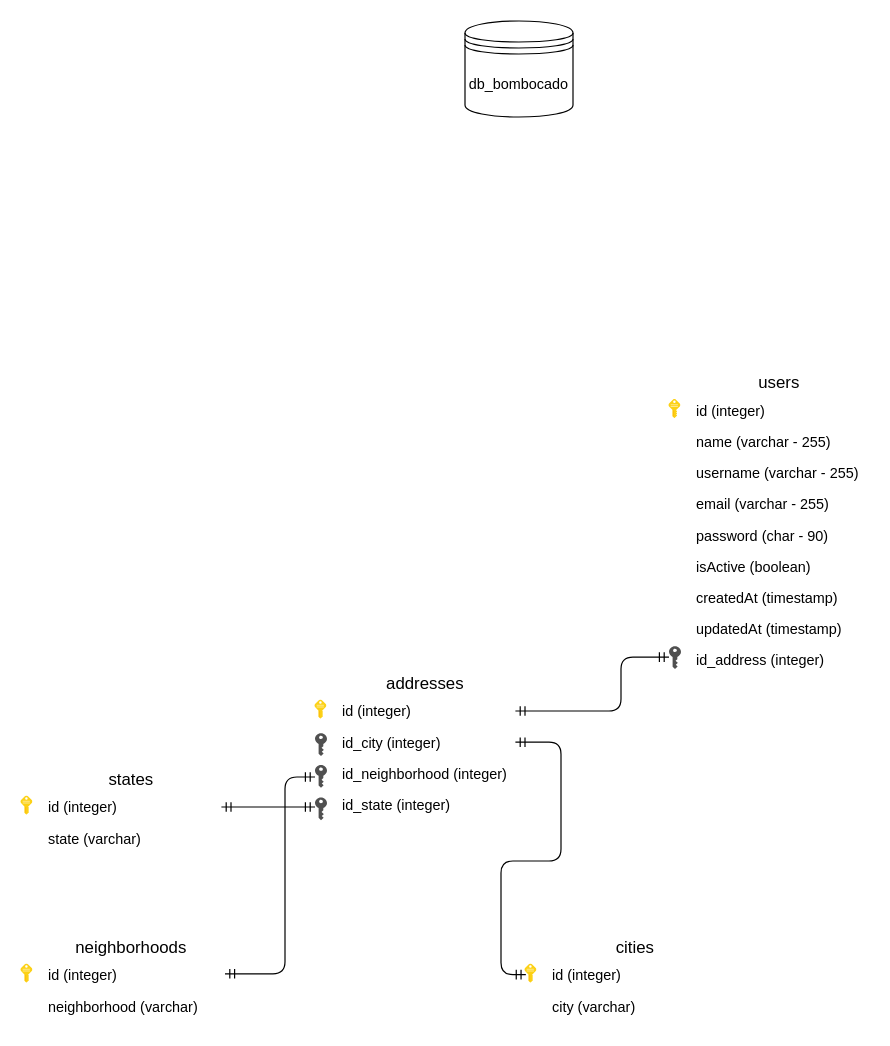
Above: docs/Untitled Diagram.drawio in caioliveira277/backendApi (draw.io), before the change. Source tidied: cells renumbered, new cells numbered last; positions are measured from the earlier drawing's top-left corner, leaving out a move shared by most shapes. Both pictures are drawn from the tidied source at 120%, with x=0, y=0 at pixel (20, 20).
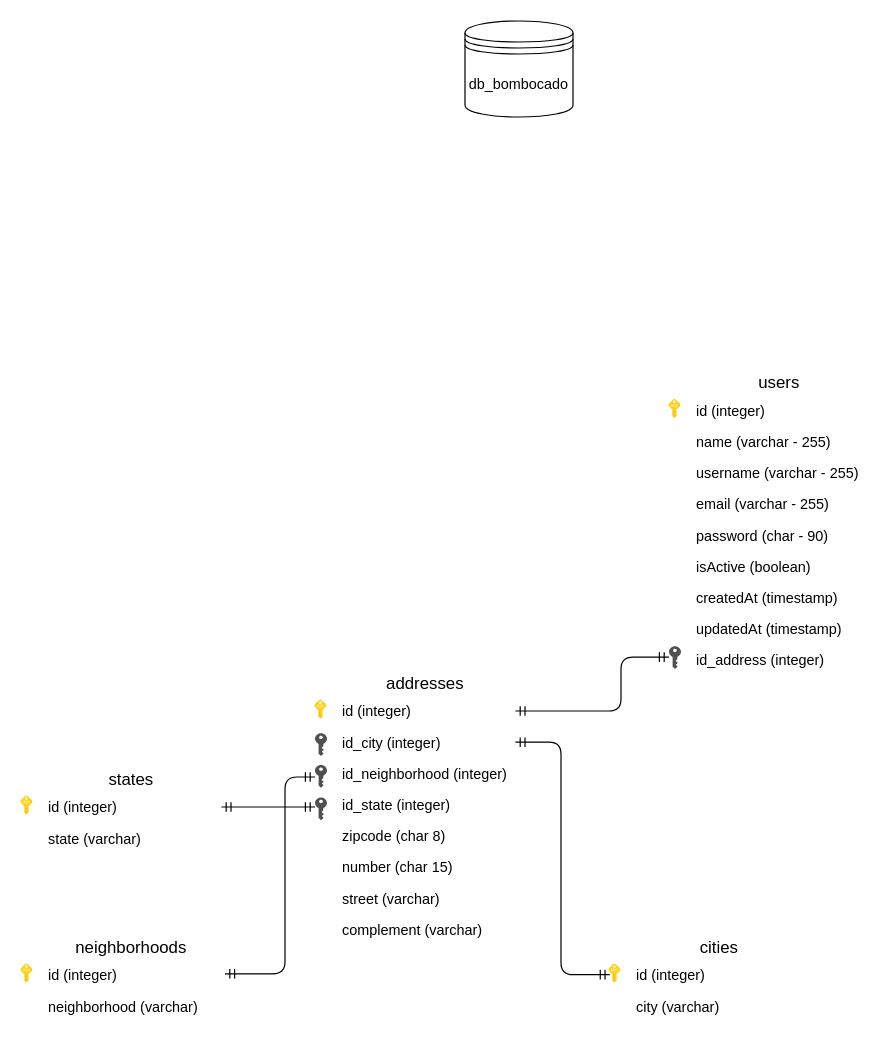
The same page after the edit.

The change refers to these unchanged cells:
```xml
<mxCell id="28" value="id_city (integer)&#10;" style="text;spacingLeft=4;spacingRight=4;overflow=hidden;points=[[0,0.5],[1,0.5]];portConstraint=eastwest;fontSize=12;rounded=1;glass=0;shadow=0;comic=0;strokeColor=#FFFFFF;" parent="26" vertex="1">
  <mxGeometry y="48" width="150" height="26" as="geometry" />
</mxCell>
```

What changed in the source:
```diff
@@
     <mxCell id="14" value="cities" style="swimlane;fontStyle=0;horizontal=1;startSize=22;swimlaneFillColor=none;align=center;fontSize=14;rounded=0;shadow=0;glass=0;comic=0;labelBackgroundColor=none;strokeColor=#FFFFFF;" parent="1" vertex="1">
-      <mxGeometry x="437" y="760" width="150" height="74" as="geometry" />
+      <mxGeometry x="507" y="760" width="150" height="74" as="geometry" />
     </mxCell>
@@
     <mxCell id="17" style="html=1;points=[];align=center;image;fontSize=12;image=img/lib/mscae/Key.svg;rounded=0;shadow=0;glass=0;comic=0;labelBackgroundColor=none;strokeColor=#FFFFFF;fillColor=none;gradientColor=none;" parent="1" vertex="1">
-      <mxGeometry x="420" y="786" width="10" height="16" as="geometry" />
+      <mxGeometry x="490" y="786" width="10" height="16" as="geometry" />
     </mxCell>
@@
     <mxCell id="26" value="addresses" style="swimlane;fontStyle=0;horizontal=1;startSize=22;swimlaneFillColor=none;align=center;fontSize=14;rounded=0;shadow=0;glass=0;comic=0;labelBackgroundColor=none;strokeColor=#FFFFFF;" parent="1" vertex="1">
-      <mxGeometry x="262" y="540" width="150" height="126" as="geometry" />
+      <mxGeometry x="262" y="540" width="150" height="230" as="geometry" />
     </mxCell>
@@
+    <mxCell id="40" value="zipcode (char 8)" style="text;spacingLeft=4;spacingRight=4;overflow=hidden;fontSize=12;rounded=1;glass=0;shadow=0;comic=0;strokeColor=#FFFFFF;" parent="26" vertex="1">
+      <mxGeometry y="126" width="150" height="26" as="geometry" />
+    </mxCell>
+    <mxCell id="41" value="number (char 15)" style="text;spacingLeft=4;spacingRight=4;overflow=hidden;fontSize=12;rounded=1;glass=0;shadow=0;comic=0;strokeColor=#FFFFFF;" parent="26" vertex="1">
+      <mxGeometry y="152" width="150" height="26" as="geometry" />
+    </mxCell>
+    <mxCell id="42" value="street (varchar)" style="text;spacingLeft=4;spacingRight=4;overflow=hidden;fontSize=12;rounded=1;glass=0;shadow=0;comic=0;strokeColor=#FFFFFF;" parent="26" vertex="1">
+      <mxGeometry y="178" width="150" height="26" as="geometry" />
+    </mxCell>
+    <mxCell id="43" value="complement (varchar)" style="text;spacingLeft=4;spacingRight=4;overflow=hidden;fontSize=12;rounded=1;glass=0;shadow=0;comic=0;strokeColor=#FFFFFF;" parent="26" vertex="1">
+      <mxGeometry y="204" width="150" height="26" as="geometry" />
+    </mxCell>
@@
     <mxCell id="35" style="fontSize=12;html=1;endArrow=ERmandOne;startArrow=ERmandOne;edgeStyle=orthogonalEdgeStyle;entryX=1;entryY=0.5;entryDx=0;entryDy=0;exitX=0.071;exitY=0.545;exitDx=0;exitDy=0;exitPerimeter=0;" parent="1" edge="1" source="17" target="28">
       <mxGeometry relative="1" as="geometry">
         <Array as="points">
-          <mxPoint x="400" y="795" />
-          <mxPoint x="400" y="700" />
-          <mxPoint x="450" y="700" />
+          <mxPoint x="450" y="795" />
           <mxPoint x="450" y="601" />
         </Array>
       </mxGeometry>
     </mxCell>
```
